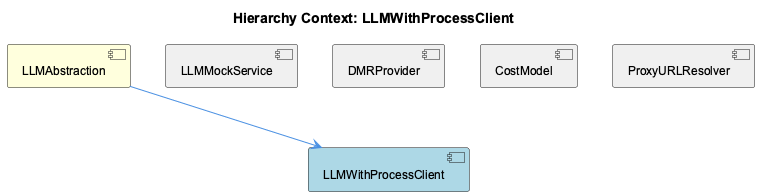
Before: knowledge-management/insights/images/llmwith-process-client-relationship.png, a diagram exported from PlantUML (fwornle/coding).
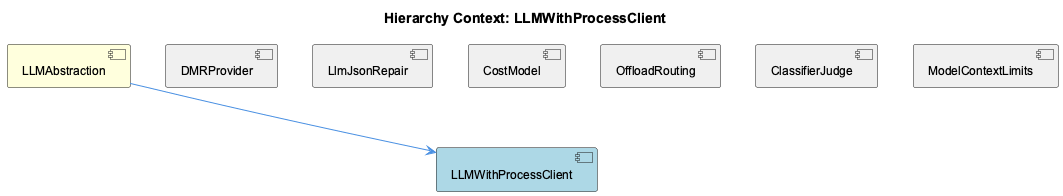
Later version of the same file.

Diff of the diagram source:
```diff
@@ -5,15 +5,19 @@
 
 [LLMAbstraction] as llmabstraction #FFFFDD
 [LLMWithProcessClient] as llmwith_process_client #LightBlue
-[LLMMockService] as llmmock_service #F0F0F0
 [DMRProvider] as dmrprovider #F0F0F0
+[LlmJsonRepair] as llm_json_repair #F0F0F0
 [CostModel] as cost_model #F0F0F0
-[ProxyURLResolver] as proxy_urlresolver #F0F0F0
+[OffloadRouting] as offload_routing #F0F0F0
+[ClassifierJudge] as classifier_judge #F0F0F0
+[ModelContextLimits] as model_context_limits #F0F0F0
 
 llmabstraction --> llmwith_process_client
-llmmock_service -[hidden]- llmwith_process_client
 dmrprovider -[hidden]- llmwith_process_client
+llm_json_repair -[hidden]- llmwith_process_client
 cost_model -[hidden]- llmwith_process_client
-proxy_urlresolver -[hidden]- llmwith_process_client
+offload_routing -[hidden]- llmwith_process_client
+classifier_judge -[hidden]- llmwith_process_client
+model_context_limits -[hidden]- llmwith_process_client
 
 @enduml
```
